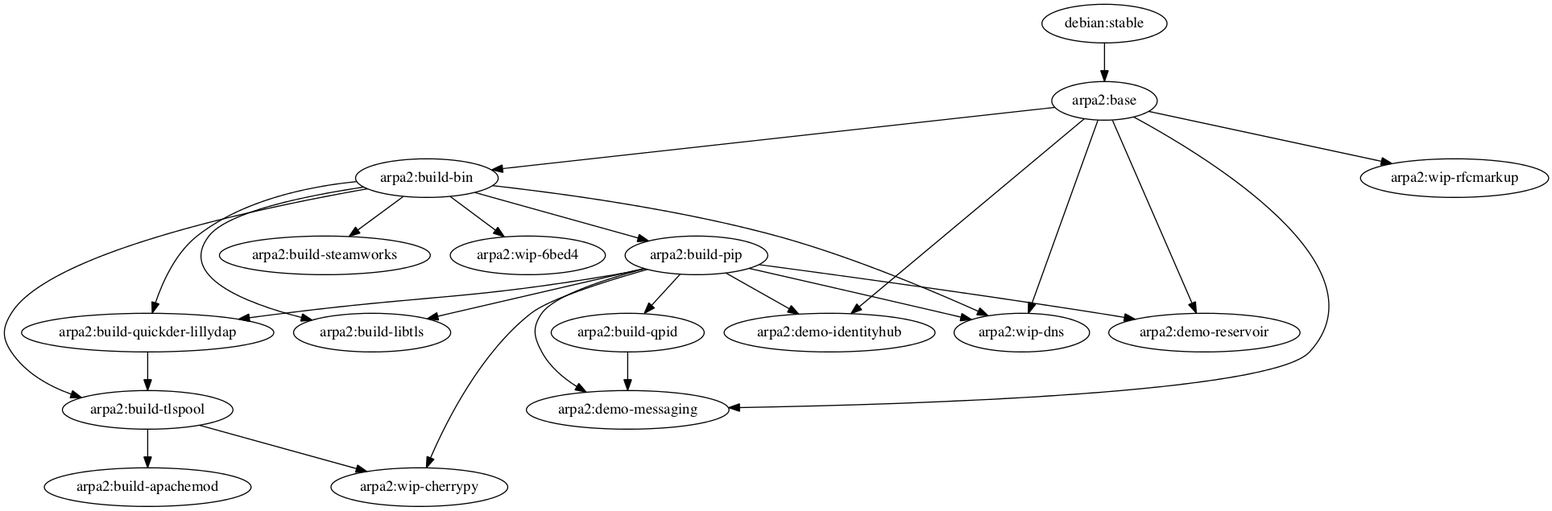
The Graphviz diagram deps.png in timkuijsten/docker-demo, before a commit. Its source is kept beside it as deps.dot.
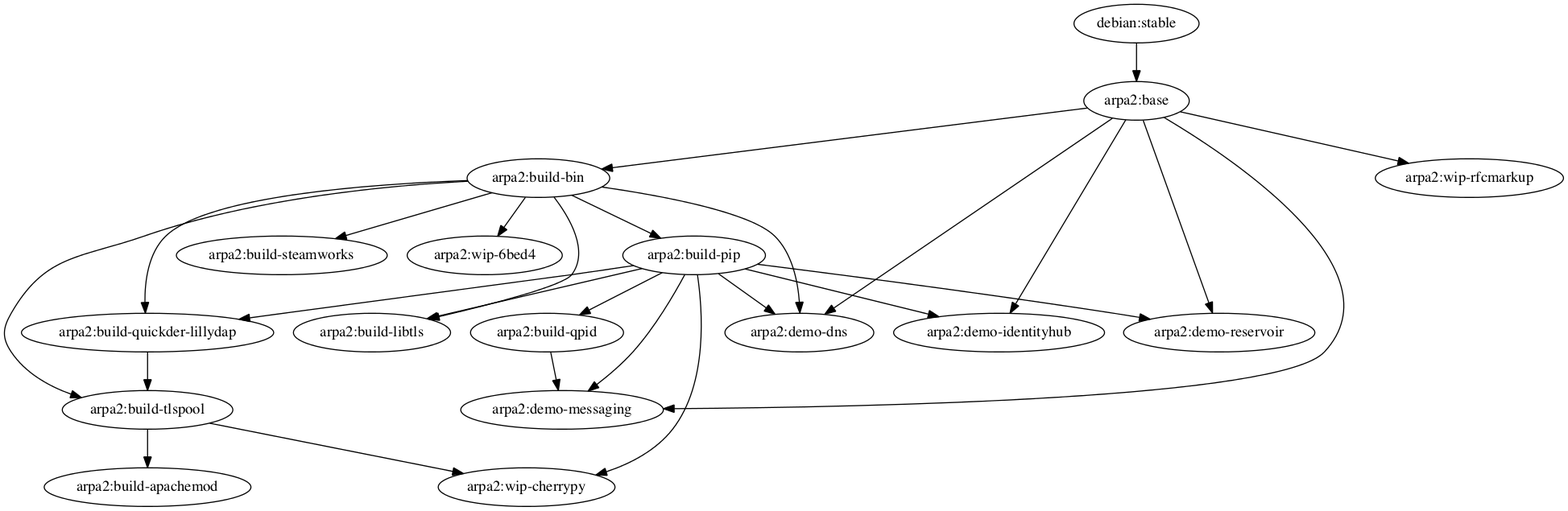
The same file after the commit.

Commit message:
wip-dns -> demo-dns (with some last fixes) still setting up test records to play with orvelte.nep incorporated cache information headers; documented in README.

The edit, as a diff of the source:
```diff
@@ -11,6 +11,9 @@
    "arpa2:build-bin" -> "arpa2:build-steamworks"
    "arpa2:build-quickder-lillydap" -> "arpa2:build-tlspool"
    "arpa2:build-bin" -> "arpa2:build-tlspool"
+   "arpa2:build-bin" -> "arpa2:demo-dns"
+   "arpa2:build-pip" -> "arpa2:demo-dns"
+   "arpa2:base" -> "arpa2:demo-dns"
    "arpa2:build-pip" -> "arpa2:demo-identityhub"
    "arpa2:base" -> "arpa2:demo-identityhub"
    "arpa2:build-qpid" -> "arpa2:demo-messaging"
@@ -21,8 +24,5 @@
    "arpa2:build-bin" -> "arpa2:wip-6bed4"
    "arpa2:build-pip" -> "arpa2:wip-cherrypy"
    "arpa2:build-tlspool" -> "arpa2:wip-cherrypy"
-   "arpa2:build-bin" -> "arpa2:wip-dns"
-   "arpa2:build-pip" -> "arpa2:wip-dns"
-   "arpa2:base" -> "arpa2:wip-dns"
    "arpa2:base" -> "arpa2:wip-rfcmarkup"
 }
```
